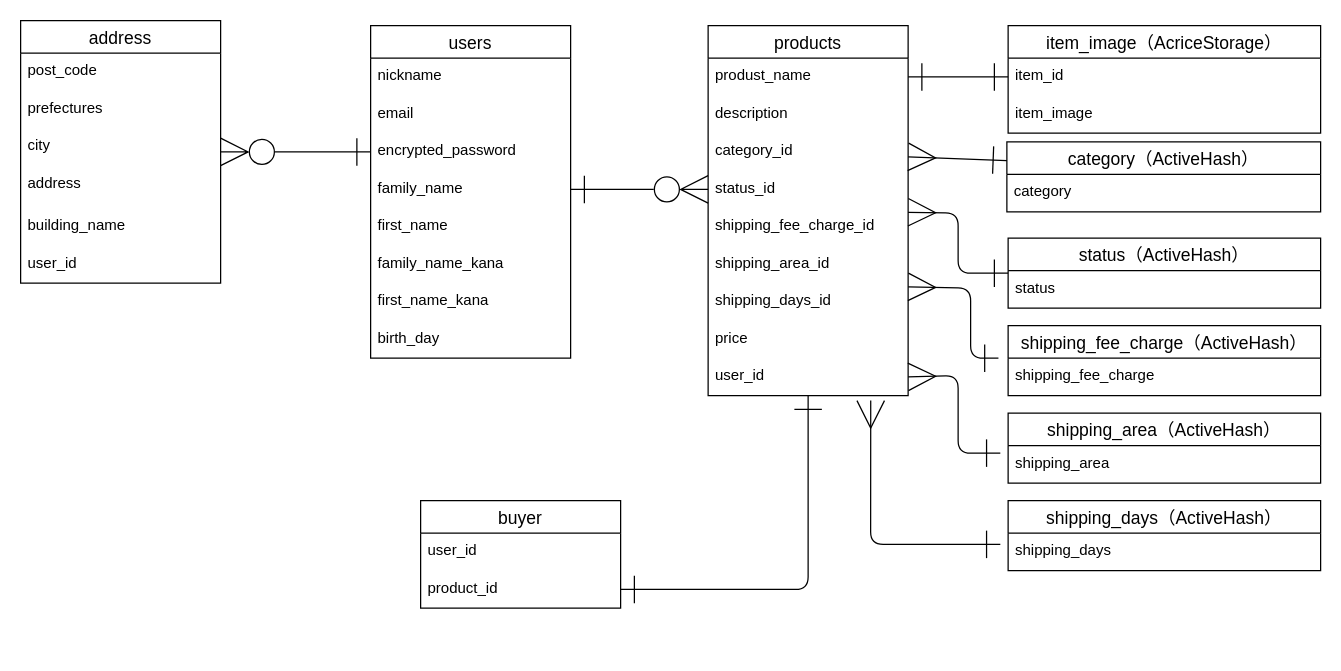
Above: ER.dio in tom2828/furima-37153 (draw.io), before the change. Source tidied: cells renumbered, new cells numbered last; positions are measured from the earlier drawing's top-left corner, leaving out a move shared by most shapes. Both pictures are drawn from the tidied source at 125%, with x=0, y=0 at pixel (20, 20).
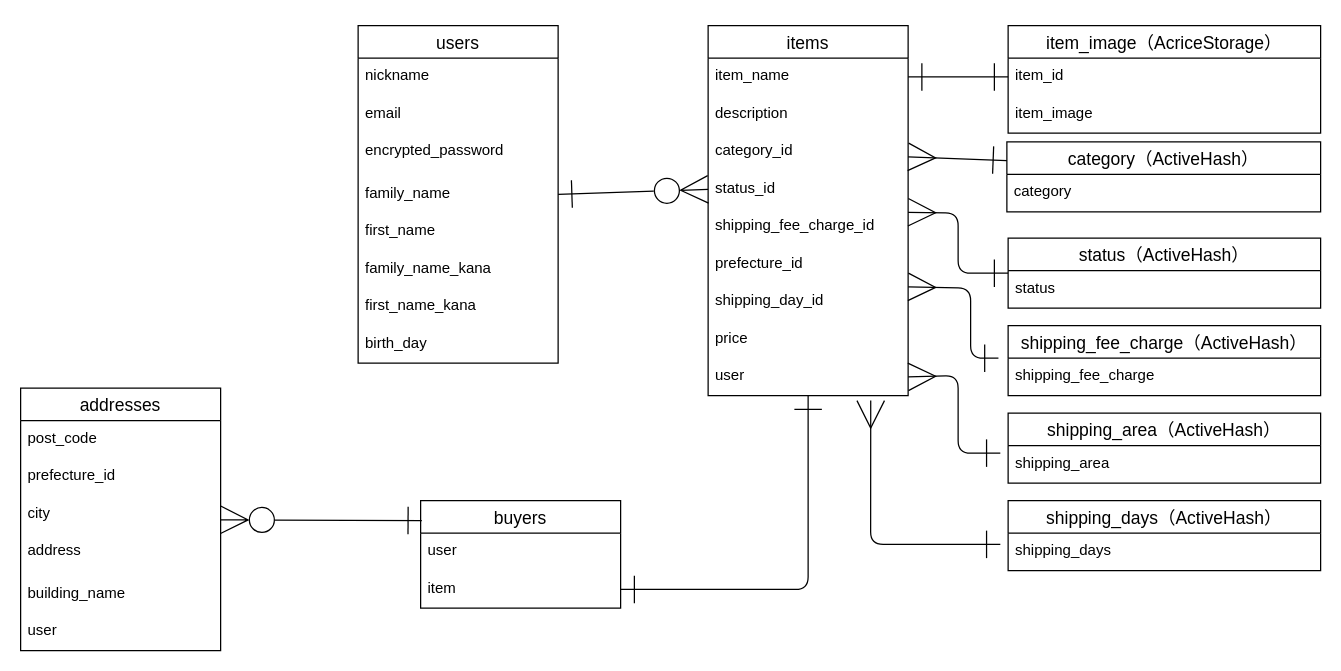
Above is the later version.

Diff of the diagram source:
```diff
@@
     <mxCell id="3" value="users" style="swimlane;fontStyle=0;horizontal=1;startSize=26;align=center;fontSize=14;" parent="1" vertex="1">
-      <mxGeometry x="280" y="4" width="160" height="266" as="geometry" />
+      <mxGeometry x="270" y="4" width="160" height="270" as="geometry" />
     </mxCell>
@@
     <mxCell id="6" value="encrypted_password&#10;&#10;" style="text;strokeColor=none;fillColor=none;spacingLeft=4;spacingRight=4;overflow=hidden;points=[[0,0.5],[1,0.5]];portConstraint=eastwest;fontSize=12;" parent="3" vertex="1">
-      <mxGeometry y="86" width="160" height="30" as="geometry" />
+      <mxGeometry y="86" width="160" height="34" as="geometry" />
     </mxCell>
     <mxCell id="7" value="family_name" style="text;strokeColor=none;fillColor=none;spacingLeft=4;spacingRight=4;overflow=hidden;points=[[0,0.5],[1,0.5]];portConstraint=eastwest;fontSize=12;" parent="3" vertex="1">
-      <mxGeometry y="116" width="160" height="30" as="geometry" />
+      <mxGeometry y="120" width="160" height="30" as="geometry" />
     </mxCell>
     <mxCell id="8" value="first_name" style="text;strokeColor=none;fillColor=none;spacingLeft=4;spacingRight=4;overflow=hidden;fontSize=12;" parent="3" vertex="1">
-      <mxGeometry y="146" width="160" height="30" as="geometry" />
+      <mxGeometry y="150" width="160" height="30" as="geometry" />
     </mxCell>
     <mxCell id="9" value="family_name_kana" style="text;strokeColor=none;fillColor=none;spacingLeft=4;spacingRight=4;overflow=hidden;fontSize=12;" parent="3" vertex="1">
-      <mxGeometry y="176" width="160" height="30" as="geometry" />
+      <mxGeometry y="180" width="160" height="30" as="geometry" />
     </mxCell>
     <mxCell id="10" value="first_name_kana" style="text;strokeColor=none;fillColor=none;spacingLeft=4;spacingRight=4;overflow=hidden;fontSize=12;" parent="3" vertex="1">
-      <mxGeometry y="206" width="160" height="30" as="geometry" />
+      <mxGeometry y="210" width="160" height="30" as="geometry" />
     </mxCell>
     <mxCell id="11" value="birth_day" style="text;strokeColor=none;fillColor=none;spacingLeft=4;spacingRight=4;overflow=hidden;fontSize=12;" parent="3" vertex="1">
-      <mxGeometry y="236" width="160" height="30" as="geometry" />
+      <mxGeometry y="240" width="160" height="30" as="geometry" />
     </mxCell>
@@
-    <mxCell id="18" value="products" style="swimlane;fontStyle=0;horizontal=1;startSize=26;align=center;fontSize=14;" parent="1" vertex="1">
+    <mxCell id="18" value="items" style="swimlane;fontStyle=0;horizontal=1;startSize=26;align=center;fontSize=14;" parent="1" vertex="1">
       <mxGeometry x="550" y="4" width="160" height="296" as="geometry" />
     </mxCell>
-    <mxCell id="19" value="produst_name" style="text;strokeColor=none;fillColor=none;spacingLeft=4;spacingRight=4;overflow=hidden;points=[[0,0.5],[1,0.5]];portConstraint=eastwest;fontSize=12;" parent="18" vertex="1">
+    <mxCell id="19" value="item_name" style="text;strokeColor=none;fillColor=none;spacingLeft=4;spacingRight=4;overflow=hidden;points=[[0,0.5],[1,0.5]];portConstraint=eastwest;fontSize=12;" parent="18" vertex="1">
       <mxGeometry y="26" width="160" height="30" as="geometry" />
     </mxCell>
@@
-    <mxCell id="24" value="shipping_area_id" style="text;strokeColor=none;fillColor=none;spacingLeft=4;spacingRight=4;overflow=hidden;fontSize=12;" parent="18" vertex="1">
+    <mxCell id="24" value="prefecture_id" style="text;strokeColor=none;fillColor=none;spacingLeft=4;spacingRight=4;overflow=hidden;fontSize=12;" parent="18" vertex="1">
       <mxGeometry y="176" width="160" height="30" as="geometry" />
     </mxCell>
-    <mxCell id="25" value="shipping_days_id" style="text;strokeColor=none;fillColor=none;spacingLeft=4;spacingRight=4;overflow=hidden;points=[[0,0.5],[1,0.5]];portConstraint=eastwest;fontSize=12;" parent="18" vertex="1">
+    <mxCell id="25" value="shipping_day_id" style="text;strokeColor=none;fillColor=none;spacingLeft=4;spacingRight=4;overflow=hidden;points=[[0,0.5],[1,0.5]];portConstraint=eastwest;fontSize=12;" parent="18" vertex="1">
       <mxGeometry y="206" width="160" height="30" as="geometry" />
     </mxCell>
@@
-    <mxCell id="27" value="user_id" style="text;strokeColor=none;fillColor=none;spacingLeft=4;spacingRight=4;overflow=hidden;points=[[0,0.5],[1,0.5]];portConstraint=eastwest;fontSize=12;" parent="18" vertex="1">
+    <mxCell id="27" value="user" style="text;strokeColor=none;fillColor=none;spacingLeft=4;spacingRight=4;overflow=hidden;points=[[0,0.5],[1,0.5]];portConstraint=eastwest;fontSize=12;" parent="18" vertex="1">
       <mxGeometry y="266" width="160" height="30" as="geometry" />
     </mxCell>
-    <mxCell id="28" value="buyer" style="swimlane;fontStyle=0;horizontal=1;startSize=26;align=center;fontSize=14;" parent="1" vertex="1">
+    <mxCell id="28" value="buyers" style="swimlane;fontStyle=0;horizontal=1;startSize=26;align=center;fontSize=14;" parent="1" vertex="1">
       <mxGeometry x="320" y="384" width="160" height="86" as="geometry" />
     </mxCell>
-    <mxCell id="29" value="user_id" style="text;strokeColor=none;fillColor=none;spacingLeft=4;spacingRight=4;overflow=hidden;fontSize=12;" parent="28" vertex="1">
+    <mxCell id="29" value="user" style="text;strokeColor=none;fillColor=none;spacingLeft=4;spacingRight=4;overflow=hidden;fontSize=12;" parent="28" vertex="1">
       <mxGeometry y="26" width="160" height="30" as="geometry" />
     </mxCell>
-    <mxCell id="30" value="product_id" style="text;strokeColor=none;fillColor=none;spacingLeft=4;spacingRight=4;overflow=hidden;points=[[0,0.5],[1,0.5]];portConstraint=eastwest;fontSize=12;" parent="28" vertex="1">
+    <mxCell id="30" value="item" style="text;strokeColor=none;fillColor=none;spacingLeft=4;spacingRight=4;overflow=hidden;points=[[0,0.5],[1,0.5]];portConstraint=eastwest;fontSize=12;" parent="28" vertex="1">
       <mxGeometry y="56" width="160" height="30" as="geometry" />
     </mxCell>
@@
-    <mxCell id="34" style="edgeStyle=none;jumpSize=6;html=1;entryX=0;entryY=0.5;entryDx=0;entryDy=0;startArrow=ERzeroToMany;startFill=0;endArrow=ERone;endFill=0;startSize=20;endSize=20;strokeColor=default;" parent="1" edge="1" source="35" target="6">
+    <mxCell id="34" style="edgeStyle=none;jumpSize=6;html=1;startArrow=ERzeroToMany;startFill=0;endArrow=ERone;endFill=0;startSize=20;endSize=20;strokeColor=default;entryX=0.006;entryY=0.186;entryDx=0;entryDy=0;entryPerimeter=0;" parent="1" edge="1" source="35" target="28">
       <mxGeometry relative="1" as="geometry" />
     </mxCell>
-    <mxCell id="35" value="address" style="swimlane;fontStyle=0;horizontal=1;startSize=26;align=center;fontSize=14;" parent="1" vertex="1">
-      <mxGeometry width="160" height="210" as="geometry" />
+    <mxCell id="35" value="addresses" style="swimlane;fontStyle=0;horizontal=1;startSize=26;align=center;fontSize=14;" parent="1" vertex="1">
+      <mxGeometry y="294" width="160" height="210" as="geometry" />
     </mxCell>
@@
-    <mxCell id="37" value="prefectures" style="text;strokeColor=none;fillColor=none;spacingLeft=4;spacingRight=4;overflow=hidden;fontSize=12;" parent="35" vertex="1">
+    <mxCell id="37" value="prefecture_id" style="text;strokeColor=none;fillColor=none;spacingLeft=4;spacingRight=4;overflow=hidden;fontSize=12;" parent="35" vertex="1">
       <mxGeometry y="56" width="160" height="30" as="geometry" />
     </mxCell>
@@
-    <mxCell id="41" value="user_id" style="text;strokeColor=none;fillColor=none;spacingLeft=4;spacingRight=4;overflow=hidden;fontSize=12;" parent="35" vertex="1">
+    <mxCell id="41" value="user" style="text;strokeColor=none;fillColor=none;spacingLeft=4;spacingRight=4;overflow=hidden;fontSize=12;" parent="35" vertex="1">
       <mxGeometry y="180" width="160" height="30" as="geometry" />
     </mxCell>
```
